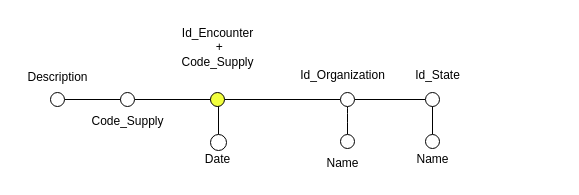
Above: Alberi_Elaborated/Require.drawio in MircoPerna99/BigDataManagement_Team (draw.io), before the change. Source tidied: cells renumbered, new cells numbered last; positions are measured from the earlier drawing's top-left corner, leaving out a move shared by most shapes. Both pictures are drawn from the tidied source at 100%, with x=0, y=0 at pixel (17, 17).
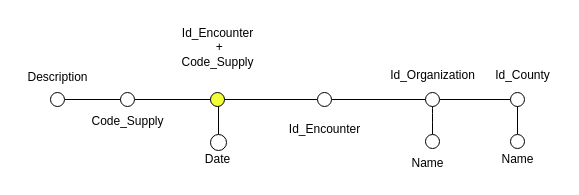
Above is the later version.

Unchanged cells that the change refers to:
```xml
<mxCell id="4" style="ellipse;whiteSpace=wrap;html=1;fillColor=#F2FF3D;" parent="1" vertex="1">
  <mxGeometry x="193" y="75" width="14" height="14" as="geometry" />
</mxCell>
<mxCell id="20" style="ellipse;whiteSpace=wrap;html=1;fillColor=#FFFFFF;" parent="1" vertex="1">
  <mxGeometry x="408" y="117" width="14" height="14" as="geometry" />
</mxCell>
```

The edit, as a diff of the source:
```diff
@@
-    <mxCell id="3" style="edgeStyle=orthogonalEdgeStyle;rounded=0;jettySize=auto;html=1;exitX=1;exitY=0.5;exitDx=0;exitDy=0;entryX=0;entryY=0.5;entryDx=0;entryDy=0;endArrow=none;startFill=0;" parent="1" edge="1" source="4" target="14">
-      <mxGeometry relative="1" as="geometry" />
-    </mxCell>
@@
-    <mxCell id="12" style="edgeStyle=orthogonalEdgeStyle;rounded=0;jettySize=auto;html=1;exitX=1;exitY=0.5;exitDx=0;exitDy=0;entryX=0;entryY=0.5;entryDx=0;entryDy=0;endArrow=none;startFill=0;endFill=1;" parent="1" edge="1" source="14" target="16">
-      <mxGeometry relative="1" as="geometry" />
-    </mxCell>
-    <mxCell id="13" style="edgeStyle=orthogonalEdgeStyle;rounded=0;jettySize=auto;html=1;exitX=0.5;exitY=1;exitDx=0;exitDy=0;entryX=0.5;entryY=0;entryDx=0;entryDy=0;curved=1;endArrow=none;startFill=0;" parent="1" edge="1" source="14" target="17">
-      <mxGeometry relative="1" as="geometry" />
-    </mxCell>
-    <mxCell id="14" style="ellipse;whiteSpace=wrap;html=1;fillColor=#FFFFFF;" parent="1" vertex="1">
-      <mxGeometry x="323" y="75" width="14" height="14" as="geometry" />
-    </mxCell>
+    <mxCell id="25" style="edgeStyle=orthogonalEdgeStyle;rounded=0;jettySize=auto;html=1;exitX=1;exitY=0.5;exitDx=0;exitDy=0;entryX=0;entryY=0.5;entryDx=0;entryDy=0;endArrow=none;startFill=0;endFill=1;" parent="1" edge="1" source="16" target="27">
+      <mxGeometry relative="1" as="geometry" />
+    </mxCell>
+    <mxCell id="26" style="edgeStyle=orthogonalEdgeStyle;rounded=0;jettySize=auto;html=1;exitX=0.5;exitY=1;exitDx=0;exitDy=0;entryX=0.5;entryY=0;entryDx=0;entryDy=0;curved=1;endArrow=none;startFill=0;" parent="1" edge="1" source="16" target="20">
+      <mxGeometry relative="1" as="geometry" />
+    </mxCell>
+    <mxCell id="16" style="ellipse;whiteSpace=wrap;html=1;fillColor=#FFFFFF;" parent="1" vertex="1">
+      <mxGeometry x="408" y="75" width="14" height="14" as="geometry" />
+    </mxCell>
     <mxCell id="15" value="Id_Organization" style="text;html=1;align=center;verticalAlign=middle;strokeColor=none;fillColor=none;" parent="1" vertex="1">
-      <mxGeometry x="270" y="43" width="110" height="30" as="geometry" />
+      <mxGeometry x="360" y="43" width="110" height="30" as="geometry" />
     </mxCell>
-    <mxCell id="16" style="ellipse;whiteSpace=wrap;html=1;fillColor=#FFFFFF;" parent="1" vertex="1">
-      <mxGeometry x="408" y="75" width="14" height="14" as="geometry" />
-    </mxCell>
-    <mxCell id="17" style="ellipse;whiteSpace=wrap;html=1;fillColor=#FFFFFF;" parent="1" vertex="1">
-      <mxGeometry x="323" y="117" width="14" height="14" as="geometry" />
-    </mxCell>
-    <mxCell id="18" value="Name" style="text;html=1;align=center;verticalAlign=middle;strokeColor=none;fillColor=none;" parent="1" vertex="1">
-      <mxGeometry x="295" y="131" width="60" height="30" as="geometry" />
-    </mxCell>
-    <mxCell id="19" style="edgeStyle=orthogonalEdgeStyle;rounded=0;jettySize=auto;html=1;entryX=0.5;entryY=1;entryDx=0;entryDy=0;endArrow=none;startFill=0;" parent="1" edge="1" source="20" target="16">
-      <mxGeometry relative="1" as="geometry" />
-    </mxCell>
+    <mxCell id="27" style="ellipse;whiteSpace=wrap;html=1;fillColor=#FFFFFF;" parent="1" vertex="1">
+      <mxGeometry x="493" y="75" width="14" height="14" as="geometry" />
+    </mxCell>
@@
-    <mxCell id="21" value="Name" style="text;html=1;align=center;verticalAlign=middle;strokeColor=none;fillColor=none;" parent="1" vertex="1">
-      <mxGeometry x="385" y="127" width="60" height="30" as="geometry" />
-    </mxCell>
-    <mxCell id="22" value="Id_State" style="text;html=1;align=center;verticalAlign=middle;strokeColor=none;fillColor=none;" parent="1" vertex="1">
-      <mxGeometry x="385" y="43" width="70" height="30" as="geometry" />
-    </mxCell>
+    <mxCell id="28" value="Name" style="text;html=1;align=center;verticalAlign=middle;strokeColor=none;fillColor=none;" parent="1" vertex="1">
+      <mxGeometry x="380" y="131" width="60" height="30" as="geometry" />
+    </mxCell>
+    <mxCell id="29" style="edgeStyle=orthogonalEdgeStyle;rounded=0;jettySize=auto;html=1;entryX=0.5;entryY=1;entryDx=0;entryDy=0;endArrow=none;startFill=0;" parent="1" edge="1" source="30" target="27">
+      <mxGeometry relative="1" as="geometry" />
+    </mxCell>
+    <mxCell id="30" style="ellipse;whiteSpace=wrap;html=1;fillColor=#FFFFFF;" parent="1" vertex="1">
+      <mxGeometry x="493" y="117" width="14" height="14" as="geometry" />
+    </mxCell>
+    <mxCell id="31" value="Name" style="text;html=1;align=center;verticalAlign=middle;strokeColor=none;fillColor=none;" parent="1" vertex="1">
+      <mxGeometry x="470" y="127" width="60" height="30" as="geometry" />
+    </mxCell>
+    <mxCell id="32" value="Id_County" style="text;html=1;align=center;verticalAlign=middle;strokeColor=none;fillColor=none;" parent="1" vertex="1">
+      <mxGeometry x="465" y="43" width="80" height="30" as="geometry" />
+    </mxCell>
@@
+    <mxCell id="33" style="edgeStyle=orthogonalEdgeStyle;rounded=0;jettySize=auto;html=1;entryX=1;entryY=0.5;entryDx=0;entryDy=0;endArrow=none;startFill=0;" parent="1" edge="1" source="35" target="4">
+      <mxGeometry relative="1" as="geometry" />
+    </mxCell>
+    <mxCell id="34" style="edgeStyle=orthogonalEdgeStyle;rounded=0;jettySize=auto;html=1;entryX=0;entryY=0.5;entryDx=0;entryDy=0;endArrow=none;startFill=0;" parent="1" edge="1" source="35" target="16">
+      <mxGeometry relative="1" as="geometry" />
+    </mxCell>
+    <mxCell id="35" style="ellipse;whiteSpace=wrap;html=1;fillColor=#FFFFFF;" parent="1" vertex="1">
+      <mxGeometry x="300" y="75" width="14" height="14" as="geometry" />
+    </mxCell>
+    <mxCell id="36" value="Id_Encounter" style="text;html=1;align=center;verticalAlign=middle;strokeColor=none;fillColor=none;" parent="1" vertex="1">
+      <mxGeometry x="262" y="97" width="90" height="30" as="geometry" />
+    </mxCell>
```
